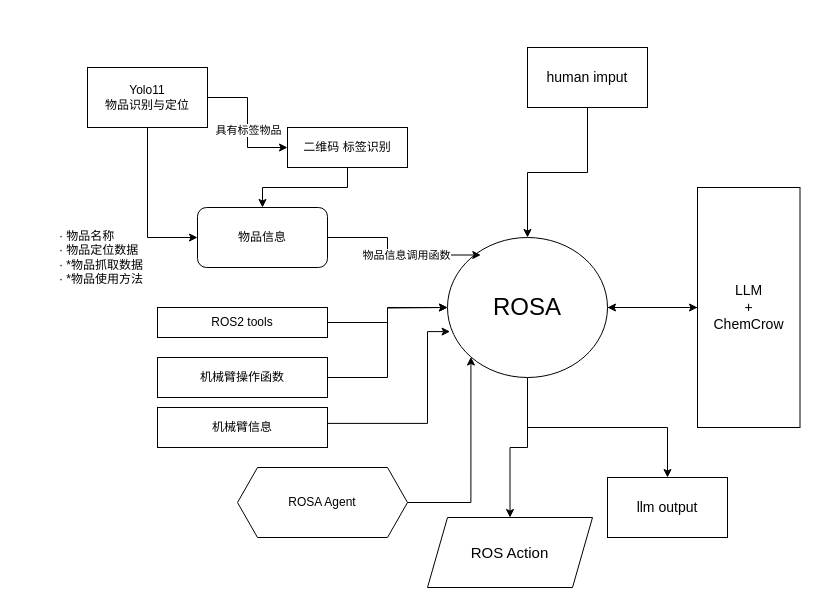
xrstudy/Robotic-Scilab-public keeps this draw.io diagram as 未命名绘图.drawio. Above is the earlier version. Source tidied: cells renumbered, new cells numbered last; positions are measured from the earlier drawing's top-left corner, leaving out a move shared by most shapes. Both pictures are drawn from the tidied source at 100%, with x=0, y=0 at pixel (57, 47).
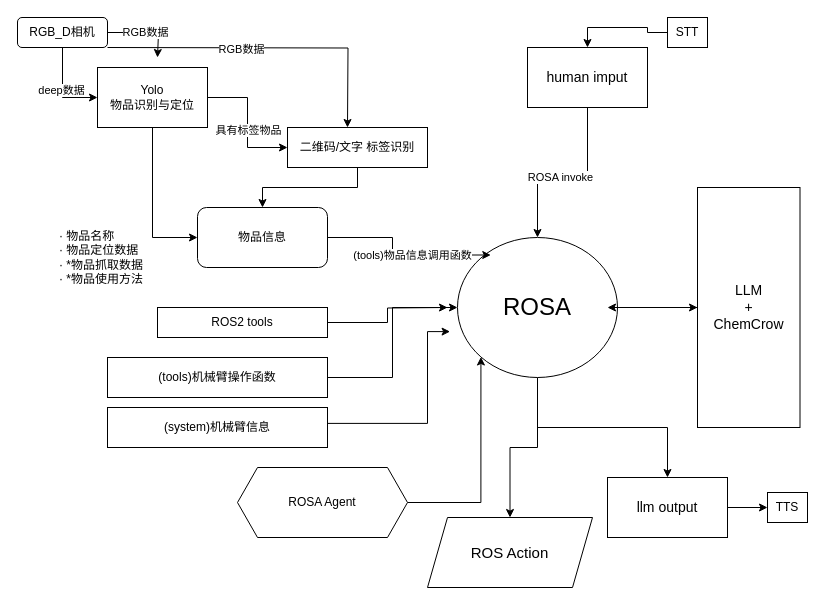
The same page after the edit.

Commit message (it also covers changes not shown here):
更新未命名绘图.drawio

Unchanged cells that the change refers to:
```xml
<mxCell id="14" style="edgeStyle=orthogonalEdgeStyle;rounded=0;jettySize=auto;html=1;entryX=0.208;entryY=0.125;entryDx=0;entryDy=0;entryPerimeter=0;" parent="1" edge="1" source="6" target="5">
  <mxGeometry relative="1" as="geometry" />
</mxCell>
<mxCell id="23" style="edgeStyle=orthogonalEdgeStyle;rounded=0;jettySize=auto;html=1;" parent="1" edge="1" source="24" target="5">
  <mxGeometry relative="1" as="geometry" />
</mxCell>
<mxCell id="24" value="&lt;font style=&quot;font-size: 14px;&quot;&gt;human imput&lt;/font&gt;" style="rounded=0;whiteSpace=wrap;html=1;" parent="1" vertex="1">
  <mxGeometry x="470" width="120" height="60" as="geometry" />
</mxCell>
<mxCell id="27" value="&lt;font style=&quot;font-size: 14px;&quot;&gt;llm output&lt;/font&gt;" style="rounded=0;whiteSpace=wrap;html=1;" parent="1" vertex="1">
  <mxGeometry x="550" y="430" width="120" height="60" as="geometry" />
</mxCell>
```

What changed in the source:
```diff
@@
     <mxCell id="5" value="&lt;font style=&quot;font-size: 24px;&quot;&gt;ROSA&lt;/font&gt;" style="ellipse;whiteSpace=wrap;html=1;" parent="1" vertex="1">
-      <mxGeometry x="390" y="190" width="160" height="140" as="geometry" />
+      <mxGeometry x="400" y="190" width="160" height="140" as="geometry" />
     </mxCell>
@@
-    <mxCell id="10" value="Yolo11&lt;br&gt;物品识别与定位" style="rounded=0;whiteSpace=wrap;html=1;" parent="1" vertex="1">
-      <mxGeometry x="30" y="20" width="120" height="60" as="geometry" />
+    <mxCell id="10" value="Yolo&lt;br&gt;物品识别与定位" style="rounded=0;whiteSpace=wrap;html=1;" parent="1" vertex="1">
+      <mxGeometry x="40" y="20" width="110" height="60" as="geometry" />
     </mxCell>
@@
-    <mxCell id="12" value="二维码 标签识别" style="rounded=0;whiteSpace=wrap;html=1;" parent="1" vertex="1">
-      <mxGeometry x="230" y="80" width="120" height="40" as="geometry" />
+    <mxCell id="12" value="二维码/文字 标签识别" style="rounded=0;whiteSpace=wrap;html=1;" parent="1" vertex="1">
+      <mxGeometry x="230" y="80" width="140" height="40" as="geometry" />
     </mxCell>
@@
-    <mxCell id="15" value="物品信息调用函数" style="edgeLabel;html=1;align=center;verticalAlign=middle;" parent="14" vertex="1">
+    <mxCell id="15" value="(tools)物品信息调用函数" style="edgeLabel;html=1;align=center;verticalAlign=middle;" parent="14" vertex="1">
       <mxGeometry x="0.13" relative="1" as="geometry" />
     </mxCell>
@@
-    <mxCell id="17" value="机械臂操作函数" style="rounded=0;whiteSpace=wrap;html=1;" parent="1" vertex="1">
-      <mxGeometry x="100" y="310" width="170" height="40" as="geometry" />
+    <mxCell id="17" value="(tools)机械臂操作函数" style="rounded=0;whiteSpace=wrap;html=1;" parent="1" vertex="1">
+      <mxGeometry x="50" y="310" width="220" height="40" as="geometry" />
     </mxCell>
@@
-    <mxCell id="19" value="机械臂信息" style="rounded=0;whiteSpace=wrap;html=1;" parent="1" vertex="1">
-      <mxGeometry x="100" y="360" width="170" height="40" as="geometry" />
+    <mxCell id="19" value="(system)机械臂信息" style="rounded=0;whiteSpace=wrap;html=1;" parent="1" vertex="1">
+      <mxGeometry x="50" y="360" width="220" height="40" as="geometry" />
     </mxCell>
@@
+    <mxCell id="31" value="ROSA invoke" style="edgeLabel;html=1;align=center;verticalAlign=middle;" parent="23" vertex="1">
+      <mxGeometry x="0.03" y="4" relative="1" as="geometry" />
+    </mxCell>
@@
+    <mxCell id="32" style="edgeStyle=orthogonalEdgeStyle;rounded=0;jettySize=auto;html=1;entryX=0;entryY=0.5;entryDx=0;entryDy=0;" parent="1" edge="1" source="27" target="41">
+      <mxGeometry relative="1" as="geometry" />
+    </mxCell>
@@
+    <mxCell id="33" value="RGB数据" style="edgeStyle=orthogonalEdgeStyle;rounded=0;jettySize=auto;html=1;" parent="1" edge="1" source="38">
+      <mxGeometry relative="1" as="geometry">
+        <mxPoint x="100" y="10" as="targetPoint" />
+        <Array as="points">
+          <mxPoint x="101" y="-15" />
+        </Array>
+      </mxGeometry>
+    </mxCell>
+    <mxCell id="34" style="edgeStyle=orthogonalEdgeStyle;rounded=0;orthogonalLoop=1;jettySize=auto;html=1;" parent="1" edge="1">
+      <mxGeometry relative="1" as="geometry">
+        <mxPoint x="50" as="sourcePoint" />
+        <mxPoint x="290" y="80" as="targetPoint" />
+      </mxGeometry>
+    </mxCell>
+    <mxCell id="35" value="RGB数据" style="edgeLabel;html=1;align=center;verticalAlign=middle;" parent="34" vertex="1">
+      <mxGeometry x="-0.16" y="-1" relative="1" as="geometry" />
+    </mxCell>
+    <mxCell id="36" style="edgeStyle=orthogonalEdgeStyle;rounded=0;jettySize=auto;html=1;entryX=0;entryY=0.5;entryDx=0;entryDy=0;" parent="1" edge="1" source="38" target="10">
+      <mxGeometry relative="1" as="geometry" />
+    </mxCell>
+    <mxCell id="37" value="deep数据" style="edgeLabel;html=1;align=center;verticalAlign=middle;" parent="36" vertex="1">
+      <mxGeometry x="-0.01" y="-2" relative="1" as="geometry" />
+    </mxCell>
+    <mxCell id="38" value="RGB_D相机" style="rounded=1;whiteSpace=wrap;html=1;" parent="1" vertex="1">
+      <mxGeometry x="-40" y="-30" width="90" height="30" as="geometry" />
+    </mxCell>
+    <mxCell id="39" style="edgeStyle=orthogonalEdgeStyle;rounded=0;jettySize=auto;html=1;entryX=0.5;entryY=0;entryDx=0;entryDy=0;" parent="1" edge="1" source="40" target="24">
+      <mxGeometry relative="1" as="geometry" />
+    </mxCell>
+    <mxCell id="40" value="&lt;font style=&quot;font-size: 12px;&quot;&gt;STT&lt;/font&gt;" style="rounded=0;whiteSpace=wrap;html=1;" parent="1" vertex="1">
+      <mxGeometry x="610" y="-30" width="40" height="30" as="geometry" />
+    </mxCell>
+    <mxCell id="41" value="TTS" style="rounded=0;whiteSpace=wrap;html=1;" parent="1" vertex="1">
+      <mxGeometry x="710" y="445" width="40" height="30" as="geometry" />
+    </mxCell>
```
